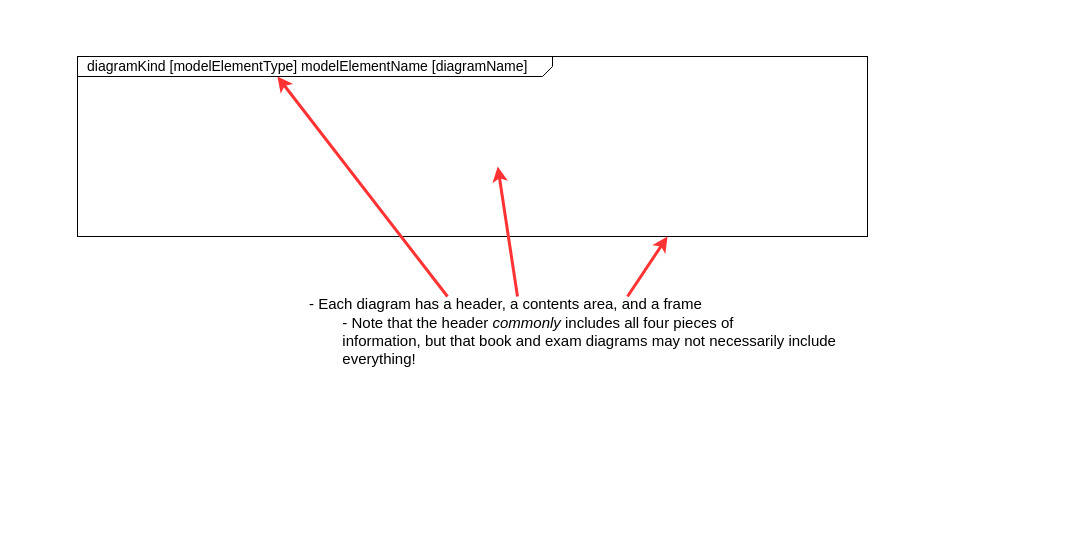
This is SysML Lessons/SVGs/1_Diagrams.drawio from JeffreyWerth/AWS-Architecture-Model-Repository, a draw.io file, before an edit. Source tidied: cells renumbered, new cells numbered last; positions are measured from the earlier drawing's top-left corner, leaving out a move shared by most shapes. Both pictures are drawn from the tidied source at 100%, with x=0, y=0 at pixel (77, 56).
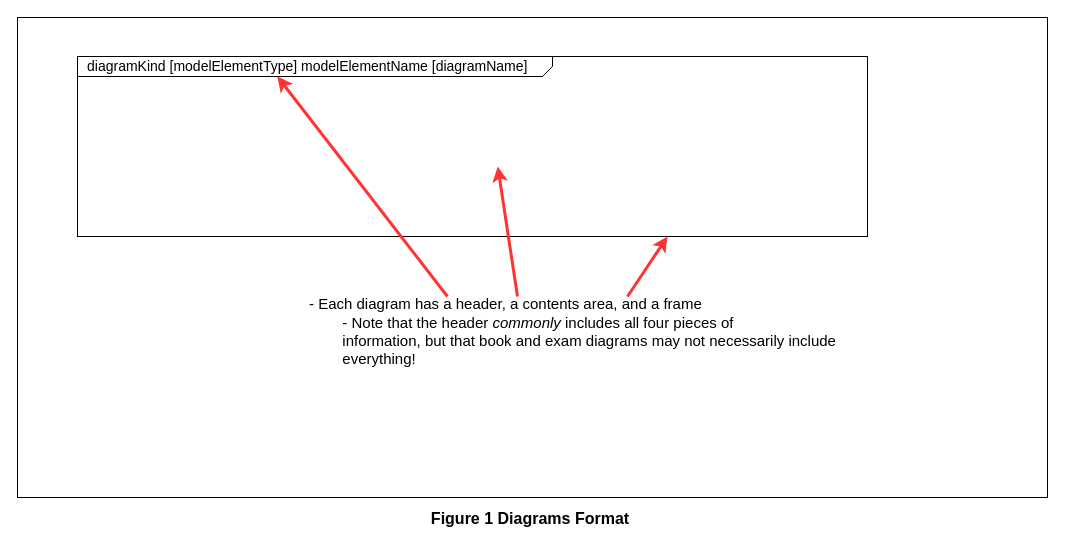
Above is the later version.

Commit message (it also covers changes not shown here):
Updated Figure 1 Diagrams Format

Change to the diagram source:
```diff
@@
 <mxGraphModel>
   <root>
     <mxCell id="0" />
     <mxCell id="1" parent="0" />
+    <mxCell id="7" style="rounded=0;whiteSpace=wrap;html=1;" parent="1" vertex="1">
+      <mxGeometry x="-60" y="-39" width="1030" height="480" as="geometry" />
+    </mxCell>
+    <mxCell id="8" value="&lt;font style=&quot;font-size: 16px;&quot;&gt;Figure 1 Diagrams Format&lt;/font&gt;" style="text;html=1;strokeColor=none;fillColor=none;align=center;verticalAlign=middle;whiteSpace=wrap;rounded=0;fontStyle=1;fontSize=16;" parent="1" vertex="1">
+      <mxGeometry x="332.5" y="447" width="240" height="30" as="geometry" />
+    </mxCell>
     <mxCell id="2" value="&lt;p style=&quot;text-align: left; margin: 4px 0px 0px 10px; line-height: 90%; font-size: 14px;&quot;&gt;&lt;span style=&quot;border-color: var(--border-color);&quot;&gt;diagramKind&lt;/span&gt;&lt;span style=&quot;border-color: var(--border-color);&quot;&gt;&amp;nbsp;[&lt;/span&gt;&lt;span style=&quot;border-color: var(--border-color);&quot;&gt;modelElementType&lt;/span&gt;&lt;span style=&quot;border-color: var(--border-color);&quot;&gt;]&amp;nbsp;&lt;/span&gt;&lt;span style=&quot;border-color: var(--border-color);&quot;&gt;modelElementName&lt;/span&gt;&lt;span style=&quot;border-color: var(--border-color);&quot;&gt;&amp;nbsp;[&lt;/span&gt;&lt;span style=&quot;border-color: var(--border-color);&quot;&gt;diagramName&lt;/span&gt;&lt;span style=&quot;border-color: var(--border-color);&quot;&gt;]&lt;/span&gt;&lt;br&gt;&lt;/p&gt;" style="html=1;shape=mxgraph.sysml.package;html=1;overflow=fill;whiteSpace=wrap;fontSize=16;labelX=475.33;" parent="1" vertex="1">
       <mxGeometry width="790" height="180" as="geometry" />
     </mxCell>
     <mxCell id="3" value="&lt;div style=&quot;font-size: 15px;&quot; class=&quot;O0&quot;&gt;&lt;font style=&quot;font-size: 15px;&quot;&gt;-&amp;nbsp;&lt;span style=&quot;font-family: &amp;quot;Avenir Next LT Pro&amp;quot;;&quot;&gt;Each diagram has a header, a contents area, and a frame&lt;/span&gt;&lt;/font&gt;&lt;/div&gt;&lt;font style=&quot;font-size: 15px;&quot;&gt;&lt;span style=&quot;background-color: initial; font-family: &amp;quot;Avenir Next LT Pro&amp;quot;;&quot;&gt;&lt;span style=&quot;white-space: pre;&quot;&gt;&#9;&lt;/span&gt;- Note that the header &lt;/span&gt;&lt;span style=&quot;background-color: initial; font-family: &amp;quot;Avenir Next LT Pro&amp;quot;; font-style: italic;&quot;&gt;commonly&lt;/span&gt;&lt;span style=&quot;background-color: initial; font-family: &amp;quot;Avenir Next LT Pro&amp;quot;;&quot;&gt; includes all four pieces of&lt;/span&gt;&lt;br&gt;&lt;/font&gt;&lt;div style=&quot;font-size: 15px;&quot; class=&quot;O1&quot;&gt;&lt;span style=&quot;font-family: &amp;quot;Avenir Next LT Pro&amp;quot;;&quot;&gt;&lt;font style=&quot;font-size: 15px;&quot;&gt;&lt;span style=&quot;white-space: pre;&quot;&gt;&#9;&lt;/span&gt;information, but that book and exam diagrams may not necessarily include&lt;br&gt;&lt;span style=&quot;white-space: pre;&quot;&gt;&#9;&lt;/span&gt;everything!&lt;/font&gt;&lt;/span&gt;&lt;/div&gt;" style="text;html=1;strokeColor=none;fillColor=none;align=left;verticalAlign=middle;whiteSpace=wrap;rounded=0;fontSize=16;" parent="1" vertex="1">
       <mxGeometry x="230" y="210" width="560" height="130" as="geometry" />
     </mxCell>
     <mxCell id="4" style="endArrow=classic;html=1;rounded=0;fontSize=15;entryX=0.253;entryY=0.111;entryDx=0;entryDy=0;entryPerimeter=0;exitX=0.25;exitY=0.231;exitDx=0;exitDy=0;exitPerimeter=0;strokeColor=#FF3333;strokeWidth=3;" parent="1" edge="1" source="3" target="2">
       <mxGeometry relative="1" as="geometry" />
     </mxCell>
     <mxCell id="5" style="endArrow=classic;html=1;rounded=0;fontSize=15;entryX=0.532;entryY=0.611;entryDx=0;entryDy=0;entryPerimeter=0;strokeWidth=3;strokeColor=#FF3333;exitX=0.375;exitY=0.231;exitDx=0;exitDy=0;exitPerimeter=0;" parent="1" edge="1" source="3" target="2">
       <mxGeometry relative="1" as="geometry" />
     </mxCell>
     <mxCell id="6" style="endArrow=classic;html=1;rounded=0;fontSize=15;entryX=0.253;entryY=0.111;entryDx=0;entryDy=0;entryPerimeter=0;strokeColor=#FF3333;strokeWidth=3;" parent="1" edge="1">
       <mxGeometry relative="1" as="geometry">
         <mxPoint x="550" y="240" as="sourcePoint" />
         <mxPoint x="590" y="180" as="targetPoint" />
       </mxGeometry>
     </mxCell>
   </root>
 </mxGraphModel>
```
